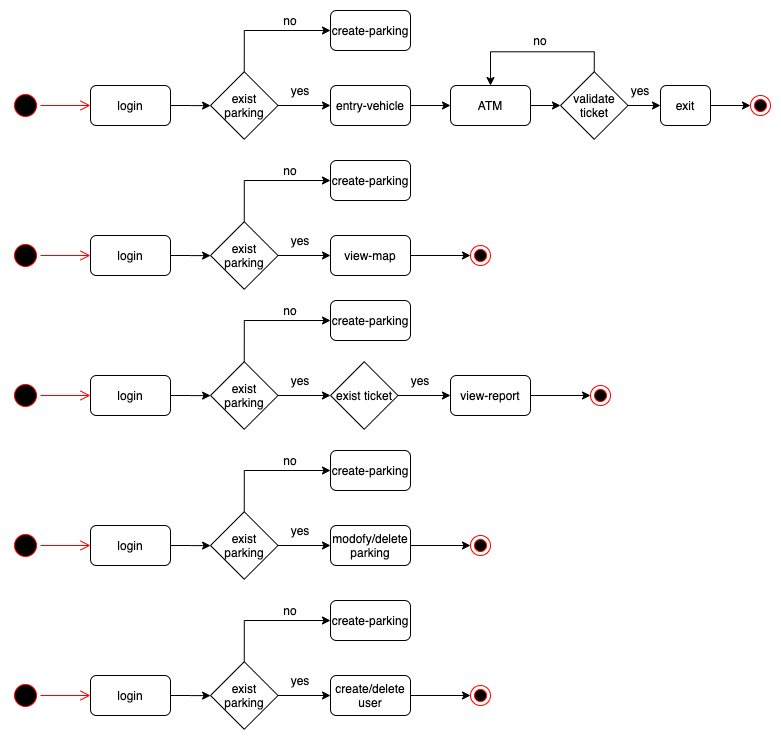
The draw.io diagram staff/alex-martinez/staycar/staycar-doc/staycar-flow-diagram.png in b00tc4mp/skylab-bootcamp-202001, before a commit. Source tidied: cells renumbered, new cells last; positions are measured from the earlier drawing's top-left corner, leaving out a move shared by most shapes.
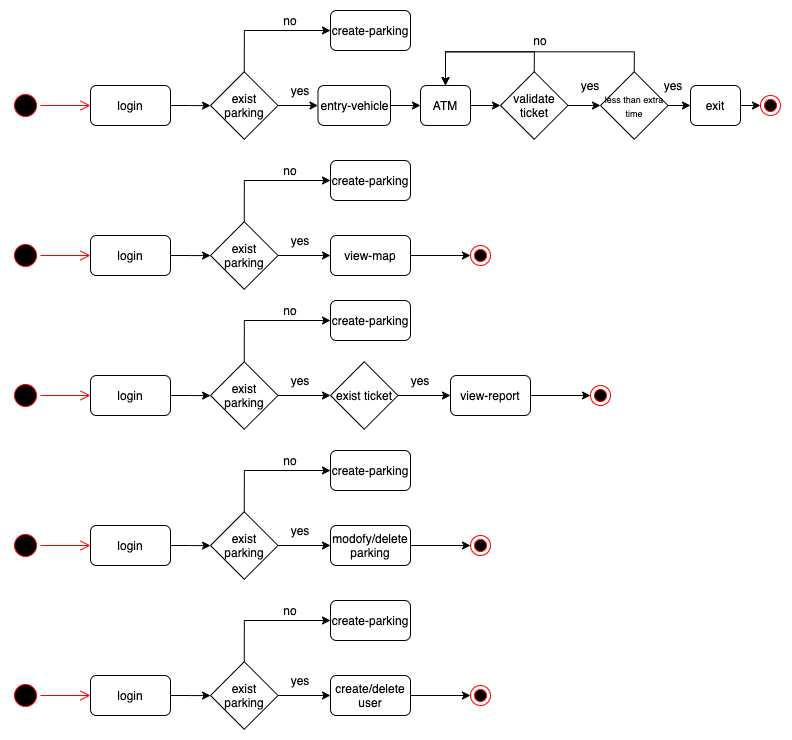
Above is the later version.

Commit message:
modified data-model and flow diagrams

Diff of the diagram source:
```diff
@@ -29,7 +29,7 @@
       <mxGeometry relative="1" as="geometry" />
     </mxCell>
     <mxCell id="10" value="entry-vehicle" style="rounded=1;whiteSpace=wrap;html=1;" parent="1" vertex="1">
-      <mxGeometry x="320" y="75" width="80" height="40" as="geometry" />
+      <mxGeometry x="307.5" y="75" width="72.5" height="40" as="geometry" />
     </mxCell>
     <mxCell id="11" value="yes" style="text;html=1;strokeColor=none;fillColor=none;align=center;verticalAlign=middle;whiteSpace=wrap;rounded=0;" parent="1" vertex="1">
       <mxGeometry x="270" y="70" width="40" height="20" as="geometry" />
@@ -44,28 +44,28 @@
       <mxGeometry relative="1" as="geometry" />
     </mxCell>
     <mxCell id="15" value="ATM" style="rounded=1;whiteSpace=wrap;html=1;" parent="1" vertex="1">
-      <mxGeometry x="440" y="75" width="80" height="40" as="geometry" />
+      <mxGeometry x="410" y="75" width="50" height="40" as="geometry" />
     </mxCell>
-    <mxCell id="16" style="edgeStyle=orthogonalEdgeStyle;rounded=0;jettySize=auto;html=1;exitX=1;exitY=0.5;exitDx=0;exitDy=0;entryX=0;entryY=0.5;entryDx=0;entryDy=0;" parent="1" edge="1" source="18" target="20">
+    <mxCell id="16" style="edgeStyle=orthogonalEdgeStyle;rounded=0;jettySize=auto;html=1;exitX=1;exitY=0.5;exitDx=0;exitDy=0;entryX=0;entryY=0.5;entryDx=0;entryDy=0;" parent="1" edge="1" source="80" target="20">
       <mxGeometry relative="1" as="geometry" />
     </mxCell>
     <mxCell id="17" style="edgeStyle=orthogonalEdgeStyle;rounded=0;jettySize=auto;html=1;exitX=0.5;exitY=0;exitDx=0;exitDy=0;entryX=0.5;entryY=0;entryDx=0;entryDy=0;" parent="1" edge="1" source="18" target="15">
       <mxGeometry relative="1" as="geometry" />
     </mxCell>
     <mxCell id="18" value="validate ticket" style="rhombus;whiteSpace=wrap;html=1;" parent="1" vertex="1">
-      <mxGeometry x="550" y="61.2" width="67.5" height="67.5" as="geometry" />
+      <mxGeometry x="490" y="61.2" width="67.5" height="67.5" as="geometry" />
     </mxCell>
     <mxCell id="19" style="edgeStyle=orthogonalEdgeStyle;rounded=0;jettySize=auto;html=1;exitX=1;exitY=0.5;exitDx=0;exitDy=0;entryX=0;entryY=0.5;entryDx=0;entryDy=0;" parent="1" edge="1" source="20" target="22">
       <mxGeometry relative="1" as="geometry" />
     </mxCell>
     <mxCell id="20" value="exit" style="rounded=1;whiteSpace=wrap;html=1;" parent="1" vertex="1">
-      <mxGeometry x="650" y="75" width="50" height="40" as="geometry" />
+      <mxGeometry x="680" y="75" width="50" height="40" as="geometry" />
     </mxCell>
     <mxCell id="21" value="yes" style="text;html=1;strokeColor=none;fillColor=none;align=center;verticalAlign=middle;whiteSpace=wrap;rounded=0;" parent="1" vertex="1">
-      <mxGeometry x="610" y="70" width="40" height="20" as="geometry" />
+      <mxGeometry x="560" y="65" width="40" height="20" as="geometry" />
     </mxCell>
     <mxCell id="22" style="ellipse;html=1;shape=endState;fillColor=#000000;strokeColor=#ff0000;" parent="1" vertex="1">
-      <mxGeometry x="740" y="85" width="20" height="20" as="geometry" />
+      <mxGeometry x="750" y="85" width="20" height="20" as="geometry" />
     </mxCell>
     <mxCell id="23" value="no" style="text;html=1;strokeColor=none;fillColor=none;align=center;verticalAlign=middle;whiteSpace=wrap;rounded=0;" parent="1" vertex="1">
       <mxGeometry x="510" y="20" width="40" height="20" as="geometry" />
@@ -247,5 +247,17 @@
     <mxCell id="78" style="ellipse;html=1;shape=endState;fillColor=#000000;strokeColor=#ff0000;" parent="1" vertex="1">
       <mxGeometry x="460" y="675" width="20" height="20" as="geometry" />
     </mxCell>
+    <mxCell id="79" style="edgeStyle=orthogonalEdgeStyle;rounded=0;jettySize=auto;html=1;exitX=0.5;exitY=0;exitDx=0;exitDy=0;entryX=0.5;entryY=0;entryDx=0;entryDy=0;" parent="1" edge="1" source="80" target="15">
+      <mxGeometry relative="1" as="geometry" />
+    </mxCell>
+    <mxCell id="80" value="&lt;div&gt;&lt;font style=&quot;font-size: 9px&quot;&gt;less than extra time&lt;/font&gt;&lt;/div&gt;" style="rhombus;whiteSpace=wrap;html=1;align=center;" parent="1" vertex="1">
+      <mxGeometry x="590" y="61.2" width="67.5" height="67.5" as="geometry" />
+    </mxCell>
+    <mxCell id="81" style="edgeStyle=orthogonalEdgeStyle;rounded=0;jettySize=auto;html=1;exitX=1;exitY=0.5;exitDx=0;exitDy=0;entryX=0;entryY=0.5;entryDx=0;entryDy=0;" parent="1" edge="1" source="18" target="80">
+      <mxGeometry relative="1" as="geometry" />
+    </mxCell>
+    <mxCell id="82" value="yes" style="text;html=1;strokeColor=none;fillColor=none;align=center;verticalAlign=middle;whiteSpace=wrap;rounded=0;" parent="1" vertex="1">
+      <mxGeometry x="643" y="65" width="40" height="20" as="geometry" />
+    </mxCell>
   </root>
 </mxGraphModel>
```
